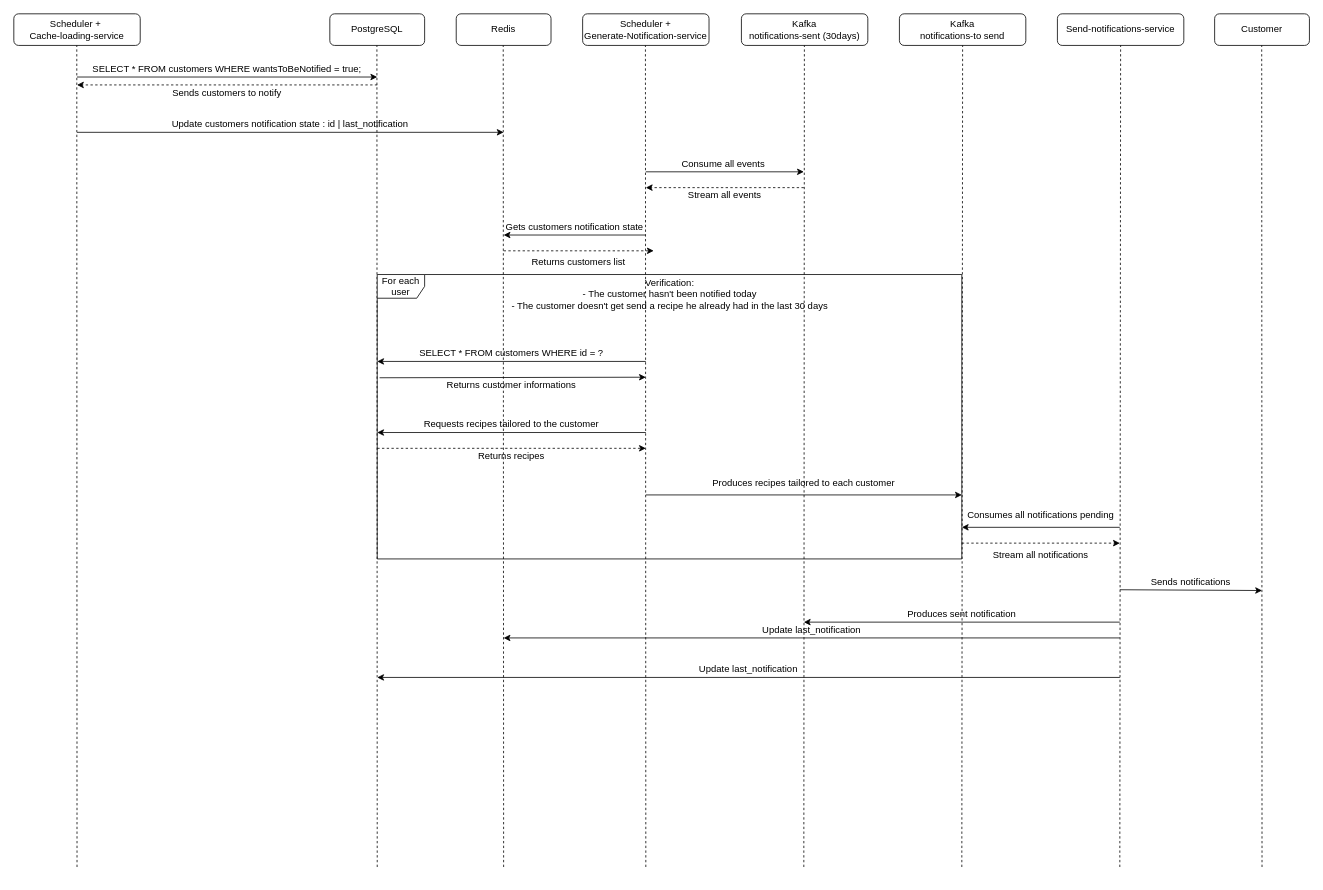
This is docs/diagramme_de_sequence_notification_recettes.drawio from benaissa6449/EPISAINE-ING3, a draw.io file, before an edit. Source tidied: cells renumbered, new cells numbered last; positions are measured from the earlier drawing's top-left corner, leaving out a move shared by most shapes. Both pictures are drawn from the tidied source at 79%, with x=0, y=0 at pixel (13, 13).
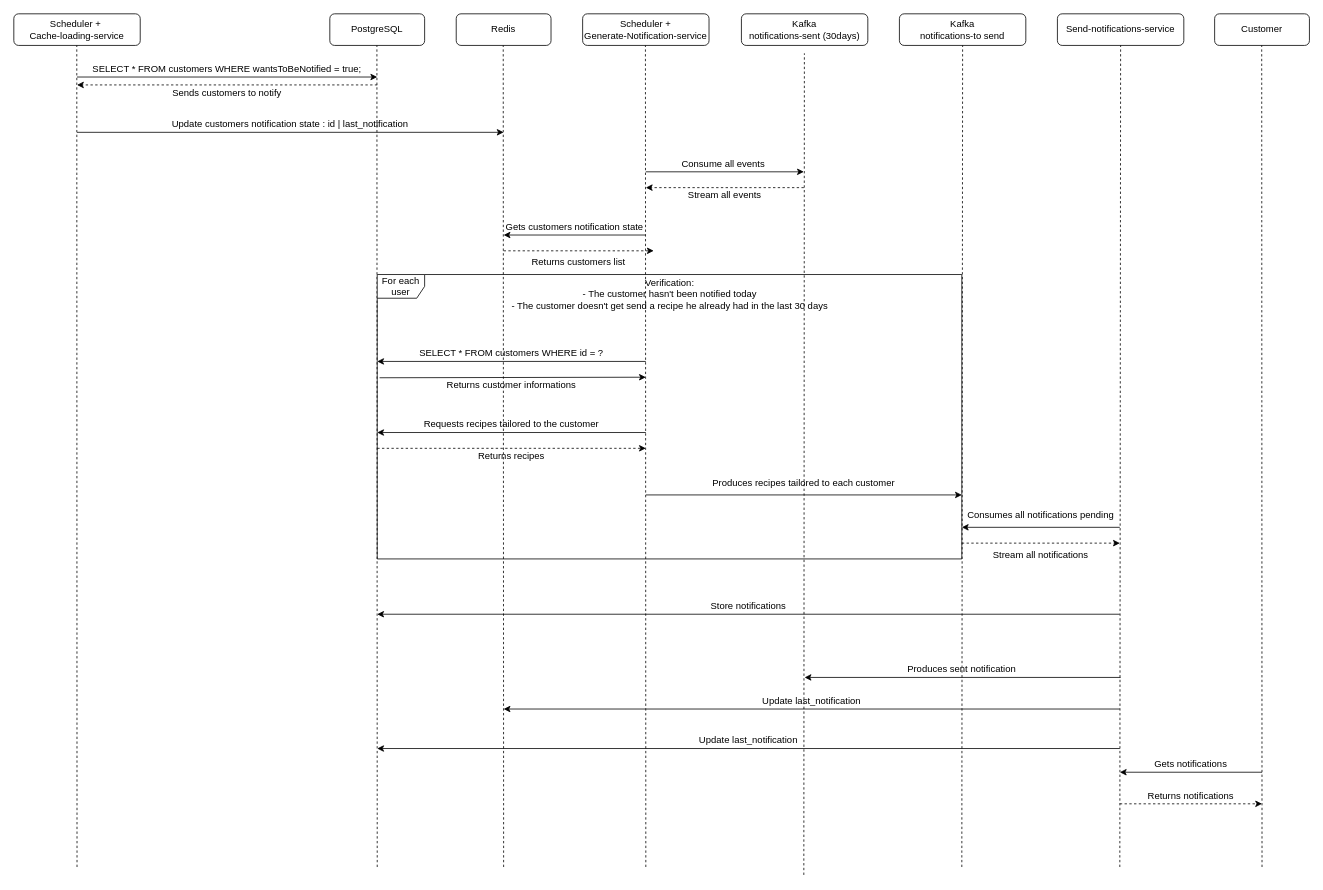
Above is the later version.

Diff of the diagram source:
```diff
@@
     <mxCell id="17" style="endArrow=none;dashed=1;html=1;rounded=0;entryX=0.5;entryY=1;entryDx=0;entryDy=0;" parent="1" edge="1">
       <mxGeometry relative="1" as="geometry">
-        <mxPoint x="1000" y="1080" as="sourcePoint" />
-        <mxPoint x="1000.7" y="40" as="targetPoint" />
+        <mxPoint x="1000" y="1090" as="sourcePoint" />
+        <mxPoint x="1000.7" y="50" as="targetPoint" />
       </mxGeometry>
     </mxCell>
@@
-    <mxCell id="43" style="endArrow=classic;html=1;rounded=0;exitX=0;exitY=1;exitDx=0;exitDy=0;" parent="1" edge="1" source="44">
+    <mxCell id="43" style="endArrow=classic;html=1;rounded=0;" parent="1" edge="1">
       <mxGeometry relative="1" as="geometry">
-        <mxPoint x="1580" y="730" as="targetPoint" />
+        <mxPoint x="1400" y="760" as="sourcePoint" />
+        <mxPoint x="460" y="760" as="targetPoint" />
       </mxGeometry>
     </mxCell>
-    <mxCell id="44" value="Sends notifications" style="text;html=1;whiteSpace=wrap;strokeColor=none;fillColor=none;align=center;verticalAlign=middle;rounded=0;" parent="1" vertex="1">
-      <mxGeometry x="1400" y="710" width="180" height="19" as="geometry" />
+    <mxCell id="44" value="Store notifications" style="text;html=1;whiteSpace=wrap;strokeColor=none;fillColor=none;align=center;verticalAlign=middle;rounded=0;" parent="1" vertex="1">
+      <mxGeometry x="460" y="740" width="940" height="19" as="geometry" />
     </mxCell>
     <mxCell id="45" style="endArrow=classic;html=1;rounded=0;" parent="1" edge="1">
       <mxGeometry relative="1" as="geometry">
-        <mxPoint x="1400" y="770" as="sourcePoint" />
-        <mxPoint x="1000" y="770" as="targetPoint" />
+        <mxPoint x="1401" y="840" as="sourcePoint" />
+        <mxPoint x="1001" y="840" as="targetPoint" />
       </mxGeometry>
     </mxCell>
     <mxCell id="46" value="Produces sent notification" style="text;html=1;whiteSpace=wrap;strokeColor=none;fillColor=none;align=center;verticalAlign=middle;rounded=0;" parent="1" vertex="1">
-      <mxGeometry x="1000" y="750" width="400" height="20" as="geometry" />
+      <mxGeometry x="1000" y="820" width="400" height="20" as="geometry" />
     </mxCell>
     <mxCell id="47" style="endArrow=classic;html=1;rounded=0;entryX=0;entryY=1;entryDx=0;entryDy=0;" parent="1" edge="1" target="48">
       <mxGeometry relative="1" as="geometry">
-        <mxPoint x="1400" y="790" as="sourcePoint" />
+        <mxPoint x="1400" y="880" as="sourcePoint" />
       </mxGeometry>
     </mxCell>
     <mxCell id="48" value="Update last_notification" style="text;html=1;whiteSpace=wrap;strokeColor=none;fillColor=none;align=center;verticalAlign=middle;rounded=0;" parent="1" vertex="1">
-      <mxGeometry x="620" y="770" width="780" height="20" as="geometry" />
+      <mxGeometry x="620" y="860" width="780" height="20" as="geometry" />
     </mxCell>
@@
     <mxCell id="54" style="endArrow=classic;html=1;rounded=0;entryX=0;entryY=1;entryDx=0;entryDy=0;" parent="1" edge="1" target="55">
       <mxGeometry relative="1" as="geometry">
-        <mxPoint x="1400" y="840" as="sourcePoint" />
+        <mxPoint x="1400" y="930" as="sourcePoint" />
       </mxGeometry>
     </mxCell>
     <mxCell id="55" value="Update last_notification" style="text;html=1;whiteSpace=wrap;strokeColor=none;fillColor=none;align=center;verticalAlign=middle;rounded=0;" parent="1" vertex="1">
-      <mxGeometry x="460" y="820" width="940" height="20" as="geometry" />
+      <mxGeometry x="460" y="910" width="940" height="20" as="geometry" />
     </mxCell>
+    <mxCell id="56" style="endArrow=classic;html=1;rounded=0;dashed=1;" parent="1" edge="1">
+      <mxGeometry relative="1" as="geometry">
+        <mxPoint x="1400" y="1000" as="sourcePoint" />
+        <mxPoint x="1580" y="1000" as="targetPoint" />
+      </mxGeometry>
+    </mxCell>
+    <mxCell id="57" value="Returns notifications" style="text;html=1;whiteSpace=wrap;strokeColor=none;fillColor=none;align=center;verticalAlign=middle;rounded=0;" parent="1" vertex="1">
+      <mxGeometry x="1400" y="980" width="180" height="20" as="geometry" />
+    </mxCell>
+    <mxCell id="58" style="endArrow=classic;html=1;rounded=0;" parent="1" edge="1">
+      <mxGeometry relative="1" as="geometry">
+        <mxPoint x="1580" y="960" as="sourcePoint" />
+        <mxPoint x="1400" y="960" as="targetPoint" />
+      </mxGeometry>
+    </mxCell>
+    <mxCell id="59" value="Gets notifications" style="text;html=1;whiteSpace=wrap;strokeColor=none;fillColor=none;align=center;verticalAlign=middle;rounded=0;" parent="1" vertex="1">
+      <mxGeometry x="1400" y="940" width="180" height="20" as="geometry" />
+    </mxCell>
```
